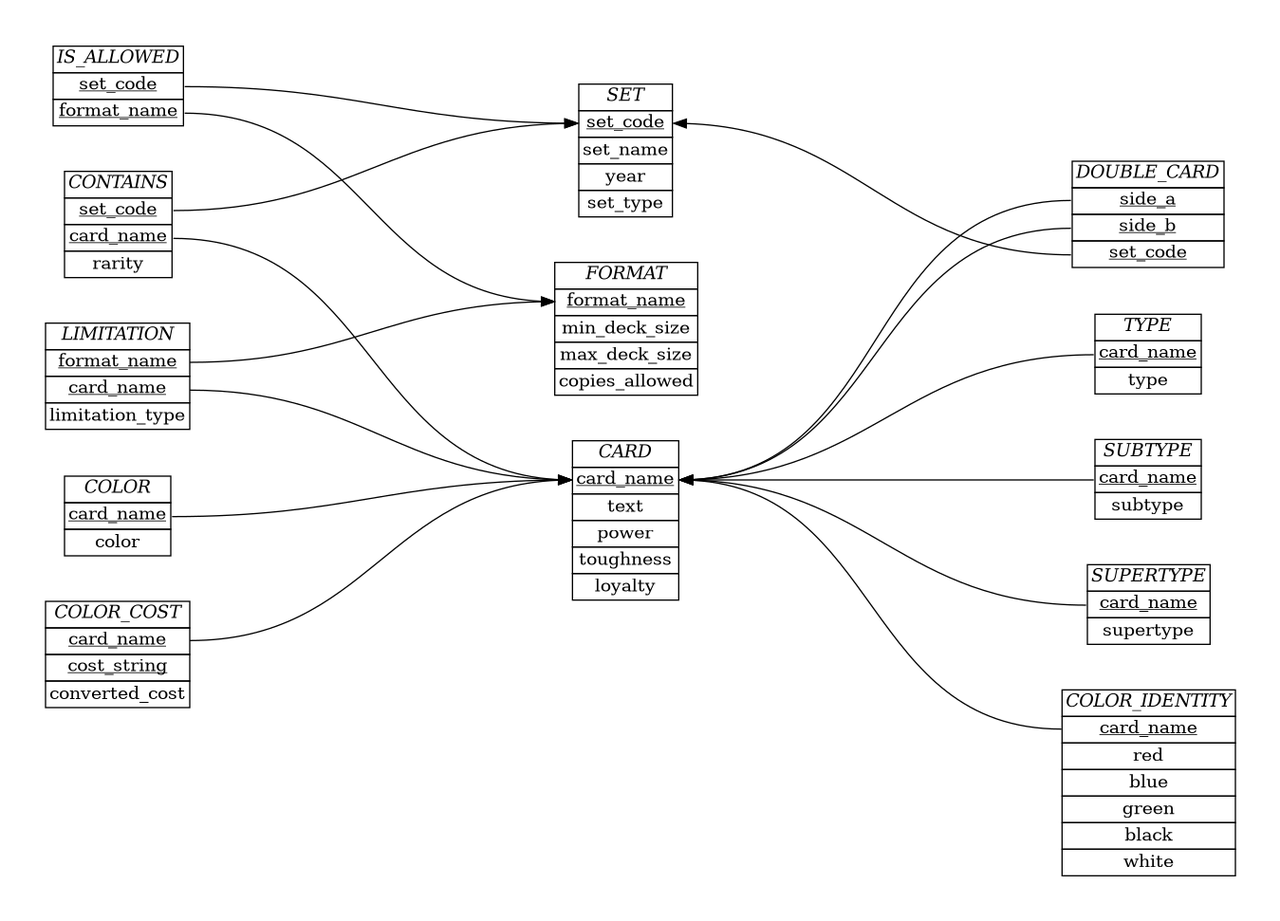
akilmarshall/trumark keeps this Graphviz diagram as schema/ER_diagram.png. Above is the earlier version. Its source is kept beside it as schema/ER_diagram.dot.
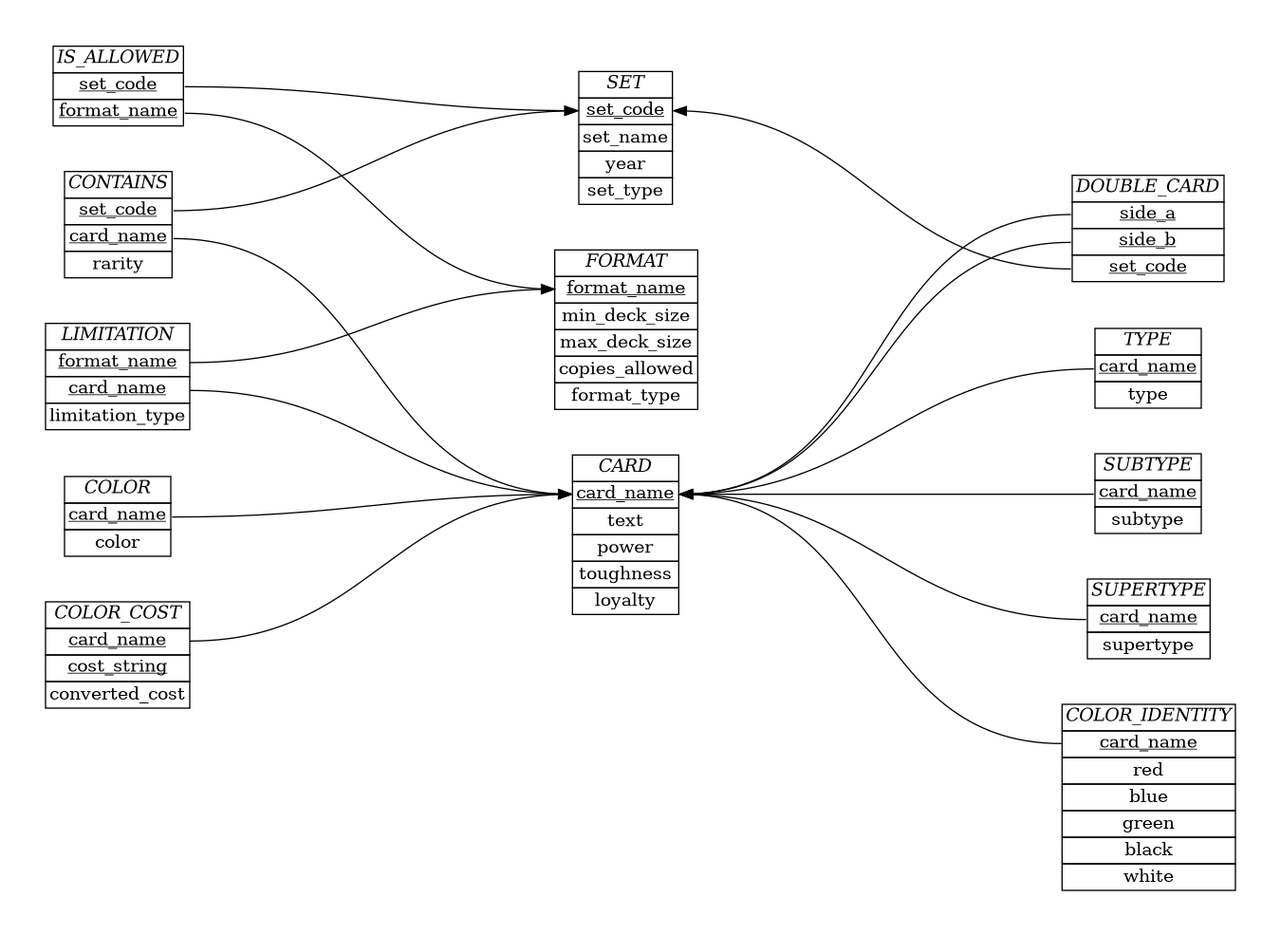
Later version of the same file.

Commit message:
added format_type to FORMAT

Diff of the diagram source:
```diff
@@ -10,6 +10,7 @@
         <tr><td port="2">min_deck_size</td></tr>
         <tr><td port="3">max_deck_size</td></tr>
         <tr><td port="4">copies_allowed</td></tr>
+        <tr><td port="5">format_type</td></tr>
         </table>>];
 
     Set [label=<
```
